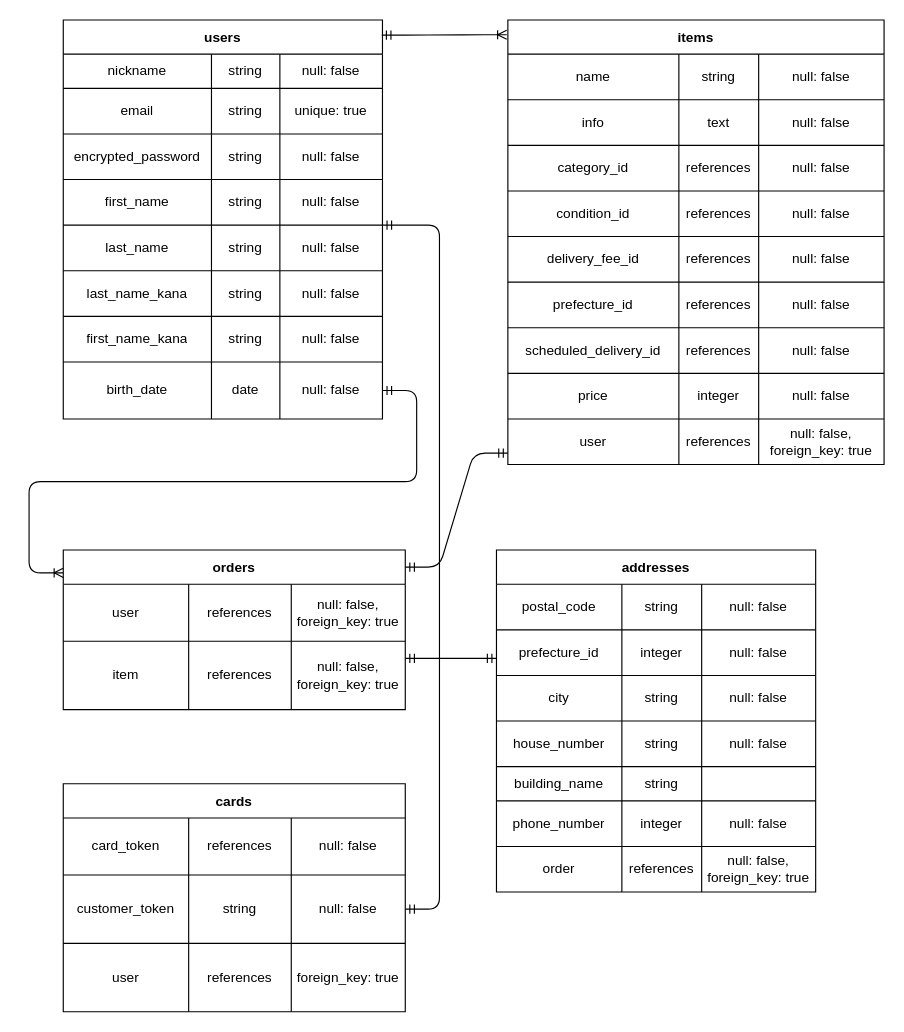
This is furima.dio from shunpikun/furima-36852, a draw.io file, before an edit. Source tidied: cells renumbered, new cells numbered last; positions are measured from the earlier drawing's top-left corner, leaving out a move shared by most shapes. Both pictures are drawn from the tidied source at 114%, with x=0, y=0 at pixel (63, 19).
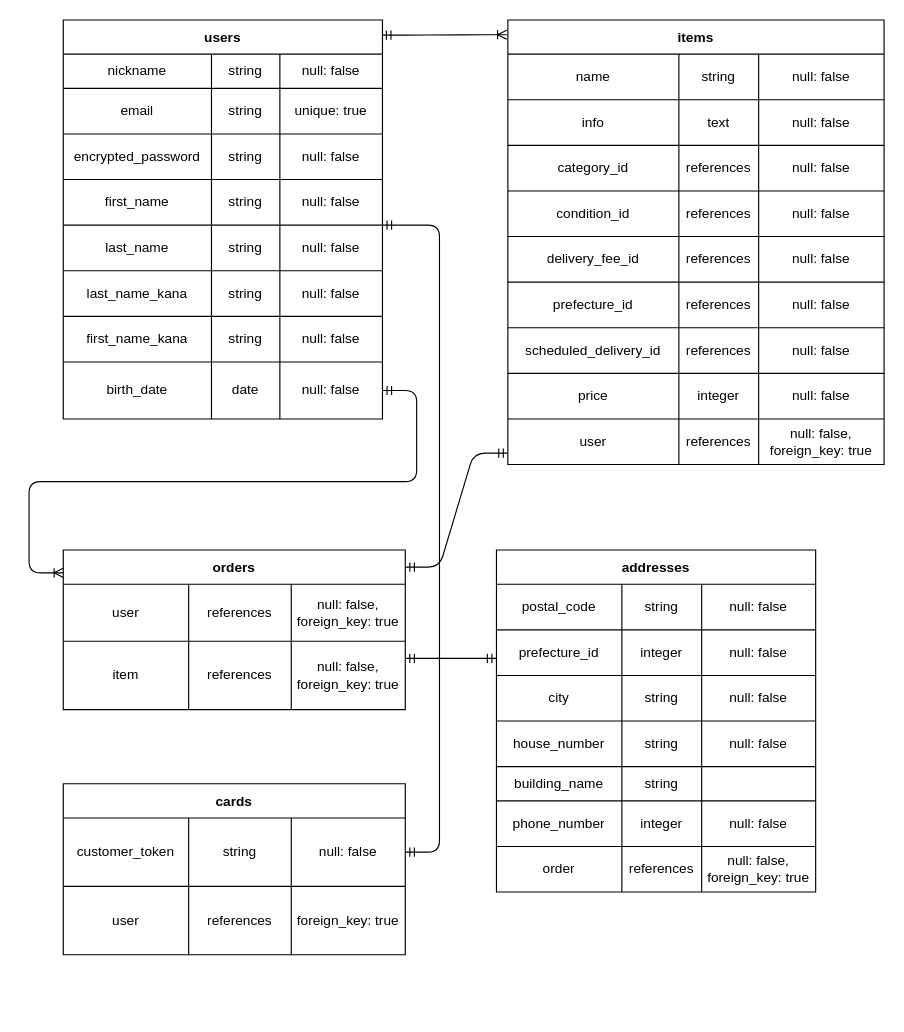
The same diagram, later.

The edit, as a diff of the source:
```diff
@@
     <mxCell id="114" value="cards" style="shape=table;startSize=30;childLayout=tableLayout;fontStyle=1;align=center;" parent="1" vertex="1">
-      <mxGeometry y="670" width="300" height="200" as="geometry" />
+      <mxGeometry y="670" width="300" height="150" as="geometry" />
     </mxCell>
-    <mxCell id="115" style="shape=partialRectangle;html=1;whiteSpace=wrap;fillColor=none;top=0;left=0;bottom=0;right=0;" parent="114" vertex="1">
-      <mxGeometry y="30" width="300" height="50" as="geometry" />
-    </mxCell>
-    <mxCell id="116" value="card_token" style="shape=partialRectangle;html=1;whiteSpace=wrap;fillColor=none;top=0;left=0;bottom=0;right=0;overflow=hidden;" parent="115" vertex="1">
-      <mxGeometry width="110" height="50" as="geometry" />
-    </mxCell>
-    <mxCell id="117" value="references" style="shape=partialRectangle;html=1;whiteSpace=wrap;fillColor=none;top=0;left=0;bottom=0;right=0;overflow=hidden;" parent="115" vertex="1">
-      <mxGeometry x="110" width="90" height="50" as="geometry" />
-    </mxCell>
-    <mxCell id="118" value="null: false" style="shape=partialRectangle;html=1;whiteSpace=wrap;fillColor=none;top=0;left=0;bottom=0;right=0;overflow=hidden;" parent="115" vertex="1">
-      <mxGeometry x="200" width="100" height="50" as="geometry" />
-    </mxCell>
     <mxCell id="119" style="shape=partialRectangle;html=1;whiteSpace=wrap;fillColor=none;top=0;left=0;bottom=0;right=0;points=[[0,0.5],[1,0.5]];portConstraint=eastwest;" parent="114" vertex="1">
-      <mxGeometry y="80" width="300" height="60" as="geometry" />
+      <mxGeometry y="30" width="300" height="60" as="geometry" />
     </mxCell>
@@
     <mxCell id="123" style="shape=partialRectangle;html=1;whiteSpace=wrap;fillColor=none;top=0;left=0;bottom=0;right=0;" parent="114" vertex="1">
-      <mxGeometry y="140" width="300" height="60" as="geometry" />
+      <mxGeometry y="90" width="300" height="60" as="geometry" />
     </mxCell>
```
